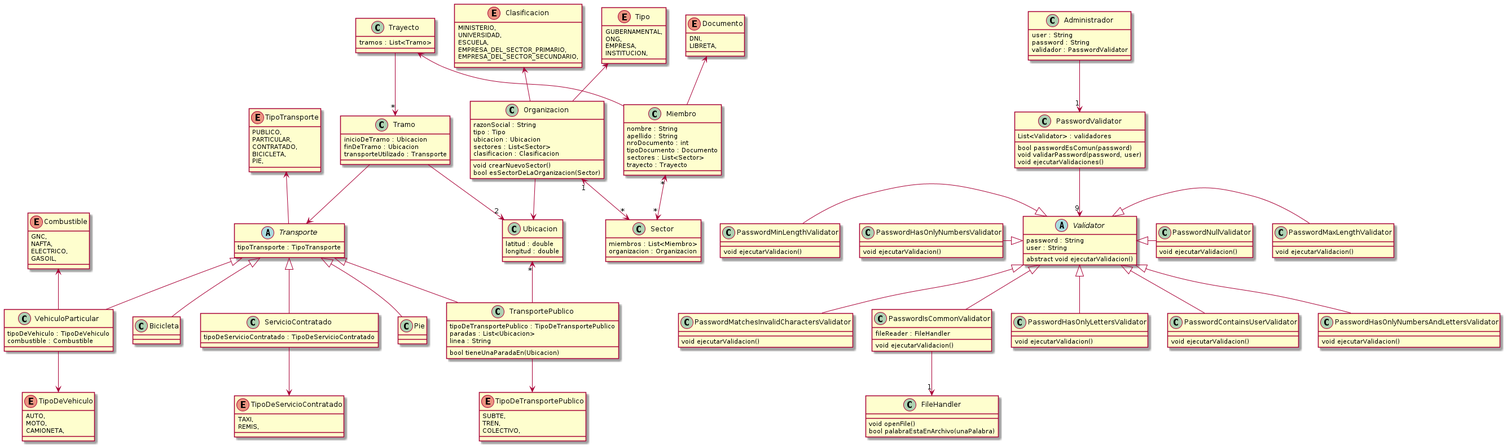
This is out/Diagrama/TPA-1.png from mbeorlegui/tpa-dds-2022, a PlantUML export, as it was before one commit.
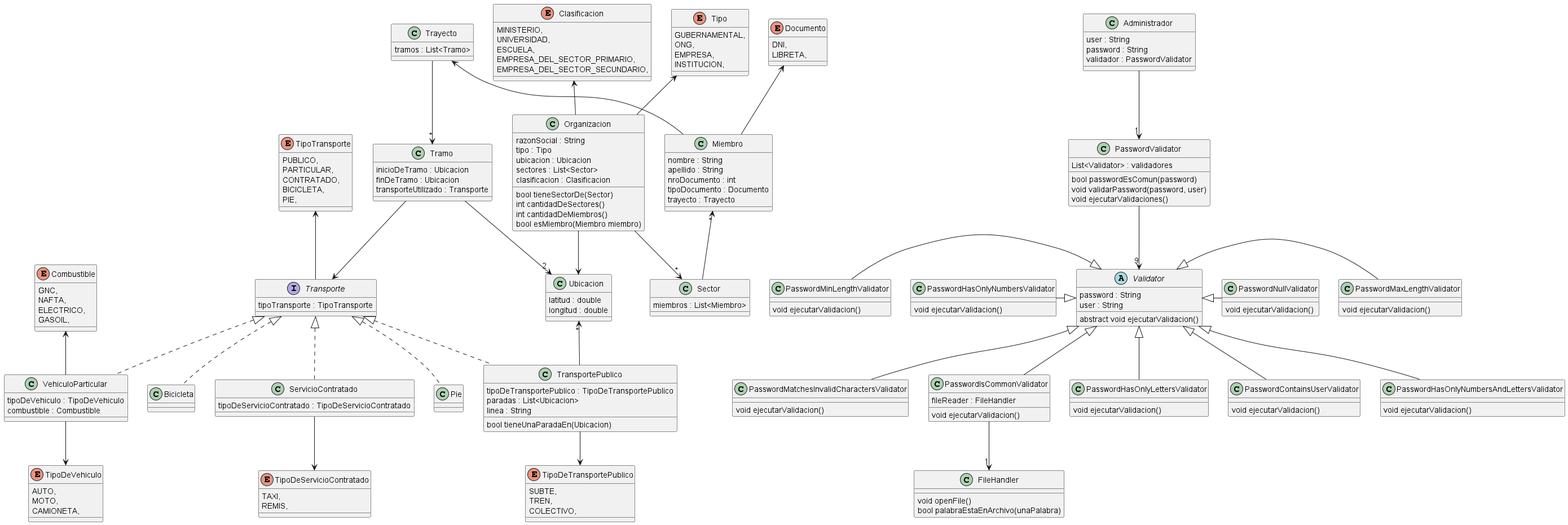
After the commit.

Commit message:
Modificado: Logica Organizacion-Sector-Miembro

What changed in the source:
```diff
@@ -6,8 +6,10 @@
   ubicacion : Ubicacion
   sectores : List<Sector>
   clasificacion : Clasificacion
-  void crearNuevoSector()
-  bool esSectorDeLaOrganizacion(Sector)
+  bool tieneSectorDe(Sector)
+  int cantidadDeSectores()
+  int cantidadDeMiembros()
+  bool esMiembro(Miembro miembro)
 }
 
 class Ubicacion {
@@ -17,7 +19,6 @@
 
 class Sector {
   miembros : List<Miembro>
-  organizacion : Organizacion
 }
 
 class Miembro {
@@ -25,7 +26,6 @@
   apellido : String
   nroDocumento : int
   tipoDocumento : Documento
-  sectores : List<Sector>
   trayecto : Trayecto
 }
 
@@ -49,7 +49,7 @@
   EMPRESA_DEL_SECTOR_SECUNDARIO,
 }
 
-abstract class Transporte {
+interface Transporte {
   tipoTransporte : TipoTransporte
 }
 
@@ -197,11 +197,11 @@
 Validator <|-down- PasswordMatchesInvalidCharactersValidator
 
 
-Miembro "*"<-->"*" Sector
+Miembro "*"<-- Sector
 Organizacion -up-> Tipo
 Organizacion -up-> Clasificacion
 Organizacion --> Ubicacion
-Organizacion "1"<-->"*" Sector
+Organizacion -->"*" Sector
 Miembro -up-> Documento
 
 Trayecto --> "*" Tramo
@@ -215,11 +215,11 @@
 VehiculoParticular -down-> TipoDeVehiculo
 VehiculoParticular -up-> Combustible
 ServicioContratado -down-> TipoDeServicioContratado
-TransportePublico -up-|> Transporte
-VehiculoParticular -up-|> Transporte
-Pie -up-|> Transporte
-Bicicleta -up-|> Transporte
-ServicioContratado -up-|> Transporte
+TransportePublico .up.|> Transporte
+VehiculoParticular .up.|> Transporte
+Pie .up.|> Transporte
+Bicicleta .up.|> Transporte
+ServicioContratado .up.|> Transporte
 
 
 @enduml
```
